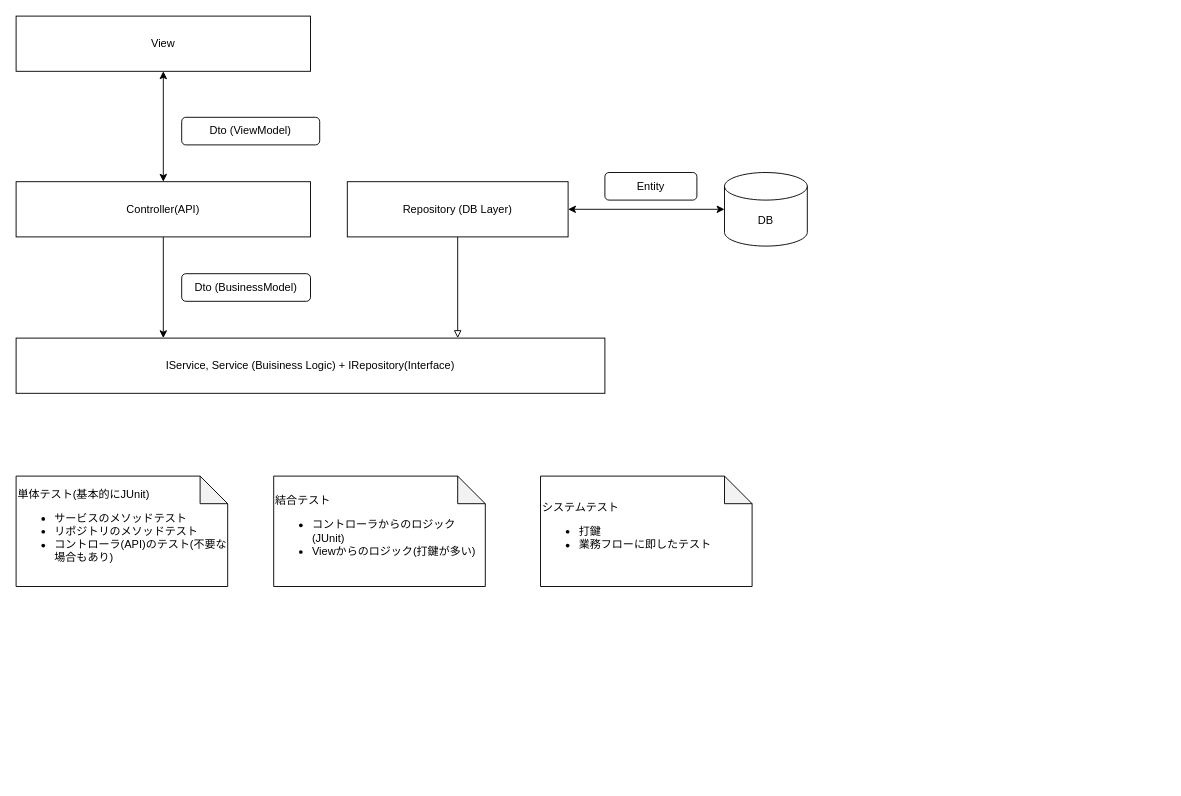
This is page "アーキテクチャ" (3 of 4) of documents/練習用設計.drawio from mkuwan/spring-basic, a draw.io file, before an edit. Source tidied: cells renumbered, new cells numbered last; positions are measured from the earlier drawing's top-left corner, leaving out a move shared by most shapes. Both pictures are drawn from the tidied source at 92%, with x=0, y=0 at pixel (16, 16).
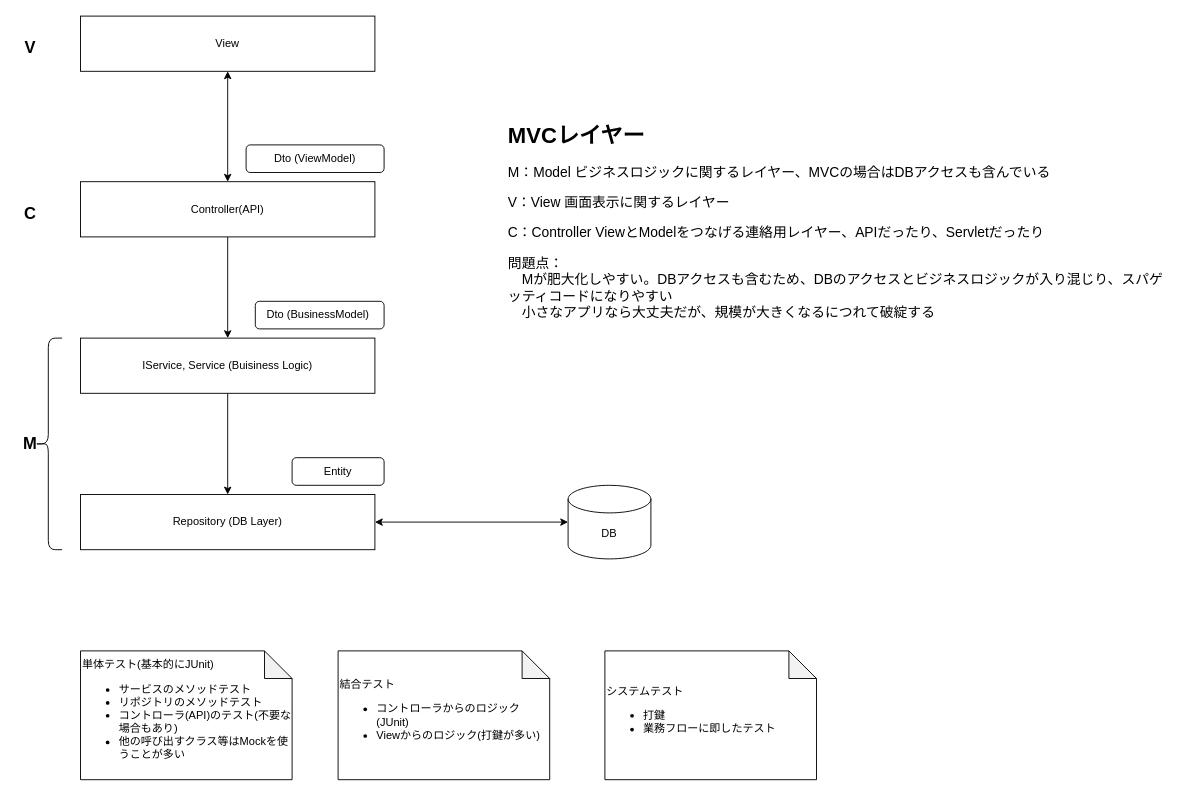
After the change.

The edit, as a diff of the source:
```diff
@@
     <mxCell id="2" value="View" style="rounded=0;whiteSpace=wrap;html=1;" parent="1" vertex="1">
-      <mxGeometry width="320" height="60" as="geometry" />
+      <mxGeometry x="70" width="320" height="60" as="geometry" />
     </mxCell>
@@
-    <mxCell id="4" style="edgeStyle=orthogonalEdgeStyle;rounded=0;jettySize=auto;html=1;entryX=0.25;entryY=0;entryDx=0;entryDy=0;startArrow=none;startFill=0;endArrow=classic;endFill=1;" parent="1" edge="1" source="5" target="7">
+    <mxCell id="4" style="edgeStyle=orthogonalEdgeStyle;rounded=0;jettySize=auto;html=1;entryX=0.5;entryY=0;entryDx=0;entryDy=0;startArrow=none;startFill=0;endArrow=classic;endFill=1;" parent="1" edge="1" source="5" target="7">
       <mxGeometry relative="1" as="geometry" />
     </mxCell>
     <mxCell id="5" value="Controller(API)" style="rounded=0;whiteSpace=wrap;html=1;" parent="1" vertex="1">
-      <mxGeometry y="180" width="320" height="60" as="geometry" />
+      <mxGeometry x="70" y="180" width="320" height="60" as="geometry" />
     </mxCell>
     <mxCell id="6" value="Dto (ViewModel)" style="rounded=1;whiteSpace=wrap;html=1;" parent="1" vertex="1">
-      <mxGeometry x="180" y="110" width="150" height="30" as="geometry" />
+      <mxGeometry x="250" y="140" width="150" height="30" as="geometry" />
     </mxCell>
+    <mxCell id="17" style="edgeStyle=orthogonalEdgeStyle;rounded=0;jettySize=auto;html=1;entryX=0.5;entryY=0;entryDx=0;entryDy=0;" parent="1" edge="1" source="7" target="10">
+      <mxGeometry relative="1" as="geometry" />
+    </mxCell>
-    <mxCell id="7" value="IService, Service (Buisiness Logic) + IRepository(Interface)" style="rounded=0;whiteSpace=wrap;html=1;" parent="1" vertex="1">
-      <mxGeometry y="350" width="640" height="60" as="geometry" />
+    <mxCell id="7" value="IService, Service (Buisiness Logic)" style="rounded=0;whiteSpace=wrap;html=1;" parent="1" vertex="1">
+      <mxGeometry x="70" y="350" width="320" height="60" as="geometry" />
     </mxCell>
-    <mxCell id="8" style="edgeStyle=orthogonalEdgeStyle;rounded=0;jettySize=auto;html=1;entryX=0.75;entryY=0;entryDx=0;entryDy=0;startArrow=none;startFill=0;endArrow=block;endFill=0;" parent="1" edge="1" source="10" target="7">
-      <mxGeometry relative="1" as="geometry" />
-    </mxCell>
@@
     <mxCell id="10" value="Repository (DB Layer)" style="rounded=0;whiteSpace=wrap;html=1;" parent="1" vertex="1">
-      <mxGeometry x="360" y="180" width="240" height="60" as="geometry" />
+      <mxGeometry x="70" y="520" width="320" height="60" as="geometry" />
     </mxCell>
     <mxCell id="11" value="DB" style="shape=cylinder3;whiteSpace=wrap;html=1;boundedLbl=1;backgroundOutline=1;size=15;" parent="1" vertex="1">
-      <mxGeometry x="770" y="170" width="90" height="80" as="geometry" />
+      <mxGeometry x="600" y="510" width="90" height="80" as="geometry" />
     </mxCell>
     <mxCell id="12" value="Entity" style="rounded=1;whiteSpace=wrap;html=1;" parent="1" vertex="1">
-      <mxGeometry x="640" y="170" width="100" height="30" as="geometry" />
+      <mxGeometry x="300" y="480" width="100" height="30" as="geometry" />
     </mxCell>
-    <mxCell id="13" value="Dto (BusinessModel)" style="rounded=1;whiteSpace=wrap;html=1;" parent="1" vertex="1">
-      <mxGeometry x="180" y="280" width="140" height="30" as="geometry" />
-    </mxCell>
-    <mxCell id="14" value="単体テスト(基本的にJUnit)&lt;br&gt;&lt;ul&gt;&lt;li&gt;サービスのメソッドテスト&lt;/li&gt;&lt;li&gt;リポジトリのメソッドテスト&lt;/li&gt;&lt;li&gt;コントローラ(API)のテスト(不要な場合もあり)&lt;/li&gt;&lt;/ul&gt;" style="shape=note;whiteSpace=wrap;html=1;backgroundOutline=1;darkOpacity=0.05;align=left;" parent="1" vertex="1">
-      <mxGeometry y="500" width="230" height="120" as="geometry" />
+    <mxCell id="14" value="単体テスト(基本的にJUnit)&lt;br&gt;&lt;ul&gt;&lt;li&gt;サービスのメソッドテスト&lt;/li&gt;&lt;li&gt;リポジトリのメソッドテスト&lt;/li&gt;&lt;li&gt;コントローラ(API)のテスト(不要な場合もあり)&lt;/li&gt;&lt;li&gt;他の呼び出すクラス等はMockを使うことが多い&lt;/li&gt;&lt;/ul&gt;" style="shape=note;whiteSpace=wrap;html=1;backgroundOutline=1;darkOpacity=0.05;align=left;" parent="1" vertex="1">
+      <mxGeometry x="70" y="690" width="230" height="140" as="geometry" />
     </mxCell>
     <mxCell id="15" value="結合テスト&lt;br&gt;&lt;ul&gt;&lt;li&gt;コントローラからのロジック(JUnit)&lt;/li&gt;&lt;li&gt;Viewからのロジック(打鍵が多い)&lt;/li&gt;&lt;/ul&gt;" style="shape=note;whiteSpace=wrap;html=1;backgroundOutline=1;darkOpacity=0.05;align=left;" parent="1" vertex="1">
-      <mxGeometry x="280" y="500" width="230" height="120" as="geometry" />
+      <mxGeometry x="350" y="690" width="230" height="140" as="geometry" />
     </mxCell>
     <mxCell id="16" value="システムテスト&lt;br&gt;&lt;ul&gt;&lt;li&gt;打鍵&lt;/li&gt;&lt;li&gt;業務フローに即したテスト&lt;/li&gt;&lt;/ul&gt;" style="shape=note;whiteSpace=wrap;html=1;backgroundOutline=1;darkOpacity=0.05;align=left;" parent="1" vertex="1">
-      <mxGeometry x="570" y="500" width="230" height="120" as="geometry" />
+      <mxGeometry x="640" y="690" width="230" height="140" as="geometry" />
     </mxCell>
+    <mxCell id="13" value="Dto (BusinessModel)&amp;nbsp;" style="rounded=1;whiteSpace=wrap;html=1;" parent="1" vertex="1">
+      <mxGeometry x="260" y="310" width="140" height="30" as="geometry" />
+    </mxCell>
+    <mxCell id="18" value="&lt;h1&gt;MVCレイヤー&lt;/h1&gt;&lt;p style=&quot;font-size: 15px;&quot;&gt;&lt;font style=&quot;font-size: 15px;&quot;&gt;M：Model ビジネスロジックに関するレイヤー、MVCの場合はDBアクセスも含んでいる&lt;/font&gt;&lt;/p&gt;&lt;p style=&quot;font-size: 15px;&quot;&gt;&lt;font style=&quot;font-size: 15px;&quot;&gt;V：View 画面表示に関するレイヤー&lt;/font&gt;&lt;/p&gt;&lt;p style=&quot;font-size: 15px;&quot;&gt;&lt;font style=&quot;font-size: 15px;&quot;&gt;C：Controller ViewとModelをつなげる連絡用レイヤー、APIだったり、Servletだったり&lt;/font&gt;&lt;/p&gt;&lt;p style=&quot;font-size: 15px;&quot;&gt;&lt;font style=&quot;font-size: 15px;&quot;&gt;問題点：&lt;br&gt;&lt;/font&gt;&lt;span style=&quot;background-color: initial;&quot;&gt;　Mが肥大化しやすい。DBアクセスも含むため、DBのアクセスとビジネスロジックが入り混じり、スパゲッティコードになりやすい&lt;br&gt;&lt;/span&gt;&lt;span style=&quot;background-color: initial;&quot;&gt;　小さなアプリなら大丈夫だが、規模が大きくなるにつれて破綻する&lt;/span&gt;&lt;/p&gt;" style="text;html=1;strokeColor=none;fillColor=none;spacing=5;spacingTop=-20;whiteSpace=wrap;overflow=hidden;rounded=0;" parent="1" vertex="1">
+      <mxGeometry x="530" y="110" width="720" height="240" as="geometry" />
+    </mxCell>
+    <mxCell id="19" style="shape=curlyBracket;whiteSpace=wrap;html=1;rounded=1;fontSize=14;align=left;" parent="1" vertex="1">
+      <mxGeometry x="20" y="350" width="30" height="230" as="geometry" />
+    </mxCell>
+    <mxCell id="20" value="M" style="text;html=1;align=center;verticalAlign=middle;strokeColor=none;fillColor=none;fontSize=18;fontStyle=1;" parent="1" vertex="1">
+      <mxGeometry y="450" width="30" height="30" as="geometry" />
+    </mxCell>
+    <mxCell id="21" value="C" style="text;html=1;align=center;verticalAlign=middle;strokeColor=none;fillColor=none;fontSize=18;fontStyle=1;" parent="1" vertex="1">
+      <mxGeometry y="200" width="30" height="30" as="geometry" />
+    </mxCell>
+    <mxCell id="22" value="V" style="text;html=1;align=center;verticalAlign=middle;strokeColor=none;fillColor=none;fontSize=18;fontStyle=1;" parent="1" vertex="1">
+      <mxGeometry y="20" width="30" height="30" as="geometry" />
+    </mxCell>
```
